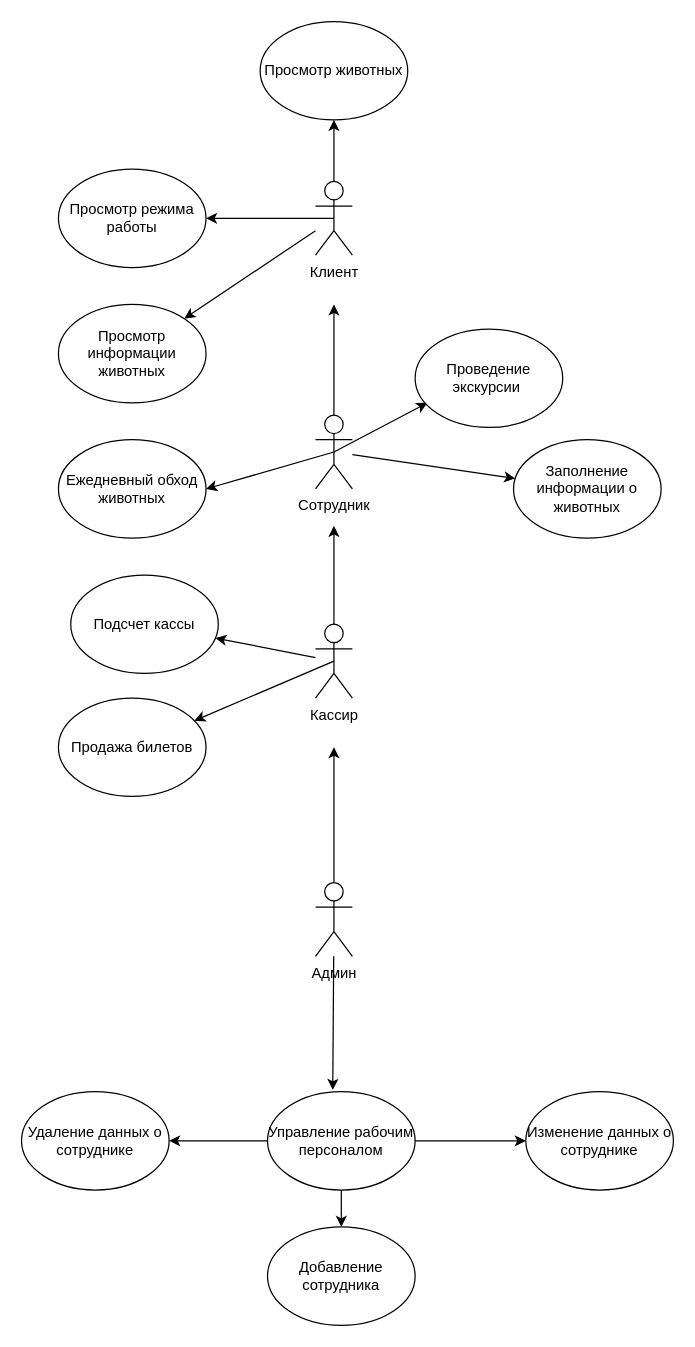
The draw.io diagram page "Страница 1" (1 of 2) of Диаграмма без названия.drawio in DimaDolgushin/zoopark, before the edit. Source tidied: cells renumbered, new cells numbered last; positions are measured from the earlier drawing's top-left corner, leaving out a move shared by most shapes. Both pictures are drawn from the tidied source at 123%, with x=0, y=0 at pixel (21, 21).
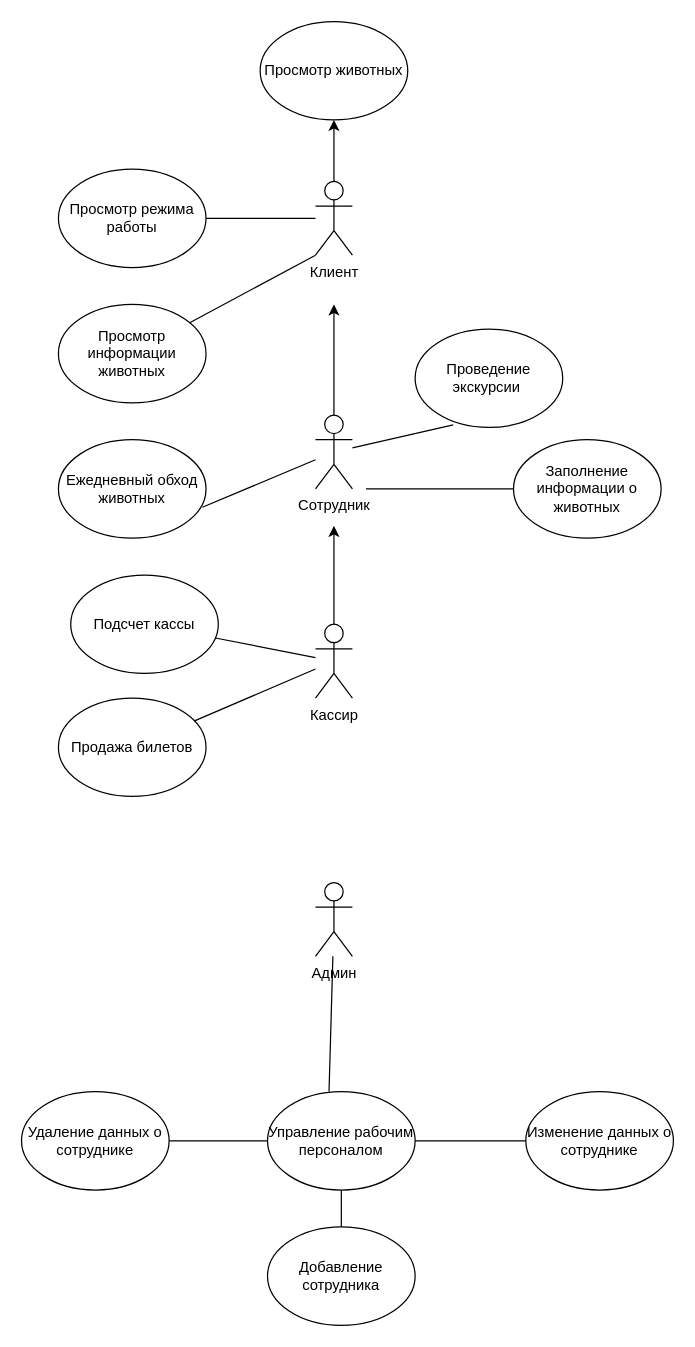
The same page after the edit.

Unchanged cells that the change refers to:
```xml
<mxCell id="2" value="Админ" style="shape=umlActor;verticalLabelPosition=bottom;verticalAlign=top;html=1;outlineConnect=0;" parent="1" vertex="1">
  <mxGeometry x="239" y="700" width="30" height="60" as="geometry" />
</mxCell>
<mxCell id="4" value="Сотрудник" style="shape=umlActor;verticalLabelPosition=bottom;verticalAlign=top;html=1;outlineConnect=0;" parent="1" vertex="1">
  <mxGeometry x="239" y="320" width="30" height="60" as="geometry" />
</mxCell>
<mxCell id="5" value="Клиент" style="shape=umlActor;verticalLabelPosition=bottom;verticalAlign=top;html=1;outlineConnect=0;" parent="1" vertex="1">
  <mxGeometry x="239" y="130" width="30" height="60" as="geometry" />
</mxCell>
<mxCell id="6" value="Кассир" style="shape=umlActor;verticalLabelPosition=bottom;verticalAlign=top;html=1;outlineConnect=0;" parent="1" vertex="1">
  <mxGeometry x="239" y="490" width="30" height="60" as="geometry" />
</mxCell>
<mxCell id="11" value="Просмотр режима работы" style="ellipse;whiteSpace=wrap;html=1;" parent="1" vertex="1">
  <mxGeometry x="30" y="120" width="120" height="80" as="geometry" />
</mxCell>
<mxCell id="12" value="Просмотр информации животных" style="ellipse;whiteSpace=wrap;html=1;" parent="1" vertex="1">
  <mxGeometry x="30" y="230" width="120" height="80" as="geometry" />
</mxCell>
<mxCell id="15" value="Ежедневный обход животных" style="ellipse;whiteSpace=wrap;html=1;" parent="1" vertex="1">
  <mxGeometry x="30" y="340" width="120" height="80" as="geometry" />
</mxCell>
<mxCell id="16" value="Заполнение информации о животных" style="ellipse;whiteSpace=wrap;html=1;" parent="1" vertex="1">
  <mxGeometry x="400" y="340" width="120" height="80" as="geometry" />
</mxCell>
<mxCell id="19" value="Подсчет кассы" style="ellipse;whiteSpace=wrap;html=1;" parent="1" vertex="1">
  <mxGeometry x="40" y="450" width="120" height="80" as="geometry" />
</mxCell>
<mxCell id="20" value="Продажа билетов" style="ellipse;whiteSpace=wrap;html=1;" parent="1" vertex="1">
  <mxGeometry x="30" y="550" width="120" height="80" as="geometry" />
</mxCell>
<mxCell id="24" value="Управление рабочим персоналом" style="ellipse;whiteSpace=wrap;html=1;" parent="1" vertex="1">
  <mxGeometry x="200" y="870" width="120" height="80" as="geometry" />
</mxCell>
<mxCell id="26" value="Проведение экскурсии&amp;nbsp;" style="ellipse;whiteSpace=wrap;html=1;" parent="1" vertex="1">
  <mxGeometry x="320" y="250" width="120" height="80" as="geometry" />
</mxCell>
<mxCell id="27" value="Удаление данных о сотруднике" style="ellipse;whiteSpace=wrap;html=1;" parent="1" vertex="1">
  <mxGeometry y="870" width="120" height="80" as="geometry" />
</mxCell>
<mxCell id="28" value="Изменение данных о сотруднике" style="ellipse;whiteSpace=wrap;html=1;" parent="1" vertex="1">
  <mxGeometry x="410" y="870" width="120" height="80" as="geometry" />
</mxCell>
<mxCell id="31" value="Добавление сотрудника" style="ellipse;whiteSpace=wrap;html=1;" parent="1" vertex="1">
  <mxGeometry x="200" y="980" width="120" height="80" as="geometry" />
</mxCell>
```

What changed in the source:
```diff
@@
-    <mxCell id="3" style="endArrow=classic;html=1;rounded=0;exitX=0.5;exitY=0;exitDx=0;exitDy=0;exitPerimeter=0;" parent="1" edge="1" source="2">
-      <mxGeometry relative="1" as="geometry">
-        <mxPoint x="254" y="590" as="targetPoint" />
-      </mxGeometry>
-    </mxCell>
@@
-    <mxCell id="13" style="endArrow=classic;html=1;rounded=0;" parent="1" edge="1" source="5" target="12">
-      <mxGeometry relative="1" as="geometry" />
-    </mxCell>
-    <mxCell id="14" style="endArrow=classic;html=1;rounded=0;exitX=0.5;exitY=0.5;exitDx=0;exitDy=0;exitPerimeter=0;entryX=1;entryY=0.5;entryDx=0;entryDy=0;" parent="1" edge="1" source="5" target="11">
-      <mxGeometry relative="1" as="geometry" />
-    </mxCell>
@@
-    <mxCell id="17" style="endArrow=classic;html=1;rounded=0;" parent="1" edge="1" source="4" target="16">
-      <mxGeometry relative="1" as="geometry" />
-    </mxCell>
-    <mxCell id="18" style="endArrow=classic;html=1;rounded=0;entryX=1;entryY=0.5;entryDx=0;entryDy=0;exitX=0.5;exitY=0.5;exitDx=0;exitDy=0;exitPerimeter=0;" parent="1" edge="1" source="4" target="15">
-      <mxGeometry relative="1" as="geometry" />
-    </mxCell>
@@
-    <mxCell id="21" style="endArrow=classic;html=1;rounded=0;exitX=0.5;exitY=0.5;exitDx=0;exitDy=0;exitPerimeter=0;" parent="1" edge="1" source="6" target="20">
-      <mxGeometry relative="1" as="geometry" />
-    </mxCell>
-    <mxCell id="22" style="endArrow=classic;html=1;rounded=0;" parent="1" edge="1" source="6" target="19">
-      <mxGeometry relative="1" as="geometry" />
-    </mxCell>
-    <mxCell id="23" style="endArrow=classic;html=1;rounded=0;entryX=0.442;entryY=-0.017;entryDx=0;entryDy=0;entryPerimeter=0;" parent="1" edge="1" source="2" target="24">
-      <mxGeometry relative="1" as="geometry" />
-    </mxCell>
@@
-    <mxCell id="25" style="endArrow=classic;html=1;rounded=0;exitX=0.5;exitY=0.5;exitDx=0;exitDy=0;exitPerimeter=0;" parent="1" edge="1" source="4">
-      <mxGeometry relative="1" as="geometry">
-        <mxPoint x="330" y="310" as="targetPoint" />
-      </mxGeometry>
-    </mxCell>
@@
-    <mxCell id="29" style="endArrow=classic;html=1;rounded=0;exitX=0;exitY=0.5;exitDx=0;exitDy=0;entryX=1;entryY=0.5;entryDx=0;entryDy=0;" parent="1" edge="1" source="24" target="27">
-      <mxGeometry relative="1" as="geometry" />
-    </mxCell>
-    <mxCell id="30" style="endArrow=classic;html=1;rounded=0;exitX=1;exitY=0.5;exitDx=0;exitDy=0;entryX=0;entryY=0.5;entryDx=0;entryDy=0;" parent="1" edge="1" source="24" target="28">
-      <mxGeometry relative="1" as="geometry" />
-    </mxCell>
@@
-    <mxCell id="32" style="endArrow=classic;html=1;rounded=0;" parent="1" edge="1" source="24" target="31">
-      <mxGeometry relative="1" as="geometry" />
-    </mxCell>
+    <mxCell id="33" style="endArrow=none;html=1;rounded=0;exitX=0.975;exitY=0.686;exitDx=0;exitDy=0;exitPerimeter=0;" parent="1" edge="1" source="15" target="4">
+      <mxGeometry relative="1" as="geometry" />
+    </mxCell>
+    <mxCell id="34" style="endArrow=none;html=1;rounded=0;exitX=0.258;exitY=0.974;exitDx=0;exitDy=0;exitPerimeter=0;" parent="1" edge="1" source="26" target="4">
+      <mxGeometry relative="1" as="geometry" />
+    </mxCell>
+    <mxCell id="35" style="endArrow=none;html=1;rounded=0;" parent="1" edge="1" source="16">
+      <mxGeometry relative="1" as="geometry">
+        <mxPoint x="280" y="380" as="targetPoint" />
+      </mxGeometry>
+    </mxCell>
+    <mxCell id="36" style="endArrow=none;html=1;rounded=0;entryX=0;entryY=1;entryDx=0;entryDy=0;entryPerimeter=0;" parent="1" edge="1" source="12" target="5">
+      <mxGeometry relative="1" as="geometry" />
+    </mxCell>
+    <mxCell id="37" style="endArrow=none;html=1;rounded=0;" parent="1" edge="1" source="11" target="5">
+      <mxGeometry relative="1" as="geometry" />
+    </mxCell>
+    <mxCell id="38" style="endArrow=none;html=1;rounded=0;" parent="1" edge="1" source="20" target="6">
+      <mxGeometry relative="1" as="geometry" />
+    </mxCell>
+    <mxCell id="39" style="endArrow=none;html=1;rounded=0;" parent="1" edge="1" source="19" target="6">
+      <mxGeometry relative="1" as="geometry" />
+    </mxCell>
+    <mxCell id="40" style="endArrow=none;html=1;rounded=0;" parent="1" edge="1" source="27" target="24">
+      <mxGeometry relative="1" as="geometry" />
+    </mxCell>
+    <mxCell id="41" style="endArrow=none;html=1;rounded=0;" parent="1" edge="1" source="2">
+      <mxGeometry relative="1" as="geometry">
+        <mxPoint x="250" y="870" as="targetPoint" />
+      </mxGeometry>
+    </mxCell>
+    <mxCell id="42" style="endArrow=none;html=1;rounded=0;entryX=1;entryY=0.5;entryDx=0;entryDy=0;" parent="1" edge="1" source="28" target="24">
+      <mxGeometry relative="1" as="geometry" />
+    </mxCell>
+    <mxCell id="43" style="endArrow=none;html=1;rounded=0;entryX=0.5;entryY=1;entryDx=0;entryDy=0;" parent="1" edge="1" source="31" target="24">
+      <mxGeometry relative="1" as="geometry" />
+    </mxCell>
```
